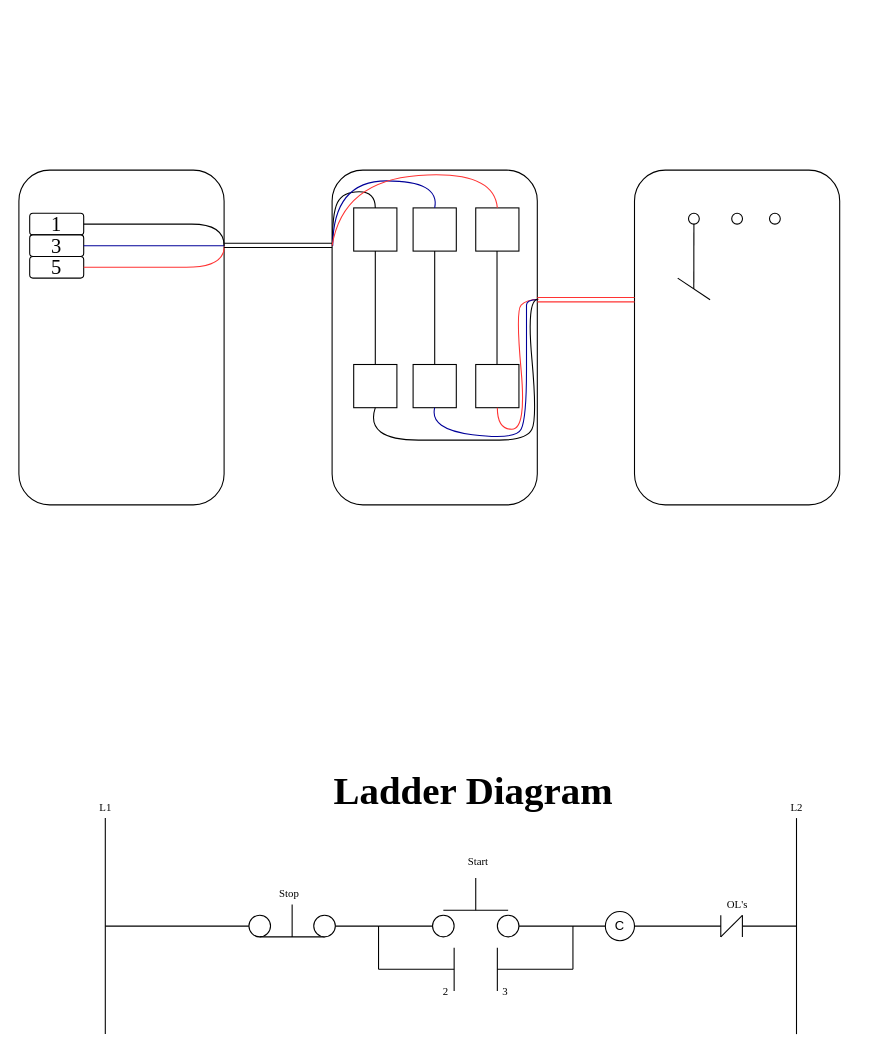
Above: Untitled Diagram.drawio in JakeBenjamin/Jakesrepo (draw.io), before the change. Source tidied: cells renumbered, new cells numbered last; positions are measured from the earlier drawing's top-left corner, leaving out a move shared by most shapes. Both pictures are drawn from the tidied source at 108%, with x=0, y=0 at pixel (18, 170).
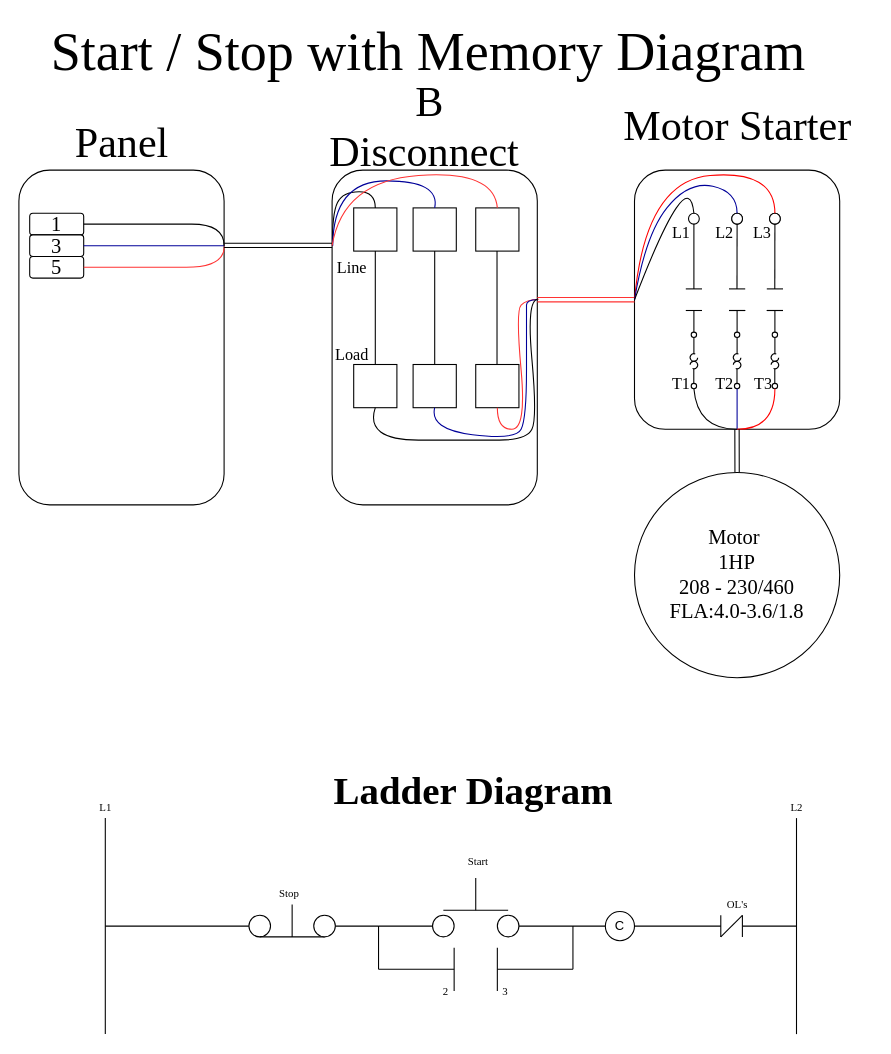
The same page after the edit.

Unchanged cells that the change refers to:
```xml
<mxCell id="63" style="ellipse;whiteSpace=wrap;html=1;labelBackgroundColor=#ffffff;fontFamily=Times New Roman;fontSize=19;fontColor=default;" parent="1" vertex="1">
  <mxGeometry x="620" y="40" width="10" height="10" as="geometry" />
</mxCell>
```

The edit, as a diff of the source:
```diff
@@
+    <mxCell id="40" value="&lt;font style=&quot;font-size: 19px&quot;&gt;1&lt;/font&gt;" style="rounded=1;whiteSpace=wrap;html=1;labelBackgroundColor=none;fontFamily=Times New Roman;fontSize=36;fontColor=default;spacingLeft=0;spacingBottom=10;" parent="1" vertex="1">
+      <mxGeometry x="10" y="40" width="50" height="20" as="geometry" />
+    </mxCell>
+    <mxCell id="68" style="edgeStyle=orthogonalEdgeStyle;curved=1;rounded=0;jettySize=auto;html=1;exitX=1;exitY=0.75;exitDx=0;exitDy=0;fontFamily=Times New Roman;fontSize=19;fontColor=default;strokeColor=#000000;" parent="1" edge="1" source="39">
+      <mxGeometry relative="1" as="geometry">
+        <mxPoint x="617.5" y="240.1" as="targetPoint" />
+      </mxGeometry>
+    </mxCell>
-    <mxCell id="39" style="rounded=1;whiteSpace=wrap;html=1;labelBackgroundColor=none;fontFamily=Times New Roman;fontSize=36;fontColor=default;direction=south;" parent="1" vertex="1">
-      <mxGeometry x="570" width="190" height="310" as="geometry" />
+    <mxCell id="39" style="rounded=1;whiteSpace=wrap;html=1;labelBackgroundColor=none;fontFamily=Times New Roman;fontSize=36;fontColor=default;direction=south;strokeColor=#000000;" parent="1" vertex="1">
+      <mxGeometry x="570" width="190" height="240" as="geometry" />
     </mxCell>
-    <mxCell id="40" value="&lt;font style=&quot;font-size: 19px&quot;&gt;1&lt;/font&gt;" style="rounded=1;whiteSpace=wrap;html=1;labelBackgroundColor=none;fontFamily=Times New Roman;fontSize=36;fontColor=default;spacingLeft=0;spacingBottom=10;" parent="1" vertex="1">
-      <mxGeometry x="10" y="40" width="50" height="20" as="geometry" />
-    </mxCell>
@@
-    <mxCell id="66" style="endArrow=none;html=1;rounded=0;fontFamily=Times New Roman;fontSize=19;fontColor=default;strokeColor=#000000;curved=1;entryX=0.5;entryY=1;entryDx=0;entryDy=0;exitX=0.355;exitY=0.711;exitDx=0;exitDy=0;exitPerimeter=0;" parent="1" edge="1" source="39" target="63">
-      <mxGeometry relative="1" as="geometry" />
+    <mxCell id="66" style="endArrow=none;html=1;rounded=0;fontFamily=Times New Roman;fontSize=19;fontColor=default;strokeColor=#000000;curved=1;entryX=0.5;entryY=1;entryDx=0;entryDy=0;" parent="1" edge="1" target="63">
+      <mxGeometry relative="1" as="geometry">
+        <mxPoint x="625" y="110" as="sourcePoint" />
+      </mxGeometry>
     </mxCell>
     <mxCell id="67" style="endArrow=none;html=1;rounded=0;fontFamily=Times New Roman;fontSize=19;fontColor=default;strokeColor=#000000;curved=1;" parent="1" edge="1">
       <mxGeometry relative="1" as="geometry">
-        <mxPoint x="610" y="100" as="sourcePoint" />
-        <mxPoint x="640" y="120" as="targetPoint" />
+        <mxPoint x="617.5" y="110" as="sourcePoint" />
+        <mxPoint x="632.5" y="110" as="targetPoint" />
       </mxGeometry>
     </mxCell>
+    <mxCell id="69" style="ellipse;whiteSpace=wrap;html=1;labelBackgroundColor=#ffffff;fontFamily=Times New Roman;fontSize=19;fontColor=default;" parent="1" vertex="1">
+      <mxGeometry x="660" y="40" width="10" height="10" as="geometry" />
+    </mxCell>
+    <mxCell id="70" style="endArrow=none;html=1;rounded=0;fontFamily=Times New Roman;fontSize=19;fontColor=default;strokeColor=#000000;curved=1;entryX=0.5;entryY=1;entryDx=0;entryDy=0;exitX=0.355;exitY=0.711;exitDx=0;exitDy=0;exitPerimeter=0;" parent="1" edge="1" target="69">
+      <mxGeometry relative="1" as="geometry">
+        <mxPoint x="664.9" y="110.1" as="sourcePoint" />
+        <Array as="points">
+          <mxPoint x="665" y="70" />
+        </Array>
+      </mxGeometry>
+    </mxCell>
+    <mxCell id="71" style="endArrow=none;html=1;rounded=0;fontFamily=Times New Roman;fontSize=19;fontColor=default;strokeColor=#000000;curved=1;" parent="1" edge="1">
+      <mxGeometry relative="1" as="geometry">
+        <mxPoint x="657.5" y="110" as="sourcePoint" />
+        <mxPoint x="672.5" y="110" as="targetPoint" />
+      </mxGeometry>
+    </mxCell>
+    <mxCell id="72" style="ellipse;whiteSpace=wrap;html=1;labelBackgroundColor=#ffffff;fontFamily=Times New Roman;fontSize=19;fontColor=default;" parent="1" vertex="1">
+      <mxGeometry x="695" y="40" width="10" height="10" as="geometry" />
+    </mxCell>
+    <mxCell id="73" style="endArrow=none;html=1;rounded=0;fontFamily=Times New Roman;fontSize=19;fontColor=default;strokeColor=#000000;curved=1;entryX=0.5;entryY=1;entryDx=0;entryDy=0;exitX=0.355;exitY=0.711;exitDx=0;exitDy=0;exitPerimeter=0;" parent="1" edge="1" target="72">
+      <mxGeometry relative="1" as="geometry">
+        <mxPoint x="699.9" y="110.1" as="sourcePoint" />
+      </mxGeometry>
+    </mxCell>
+    <mxCell id="74" style="endArrow=none;html=1;rounded=0;fontFamily=Times New Roman;fontSize=19;fontColor=default;strokeColor=#000000;curved=1;" parent="1" edge="1">
+      <mxGeometry relative="1" as="geometry">
+        <mxPoint x="692.5" y="110" as="sourcePoint" />
+        <mxPoint x="707.5" y="110" as="targetPoint" />
+      </mxGeometry>
+    </mxCell>
+    <mxCell id="75" style="endArrow=none;html=1;rounded=0;fontFamily=Times New Roman;fontSize=19;fontColor=default;strokeColor=#000000;curved=1;" parent="1" edge="1">
+      <mxGeometry relative="1" as="geometry">
+        <mxPoint x="617.5" y="130" as="sourcePoint" />
+        <mxPoint x="632.5" y="130" as="targetPoint" />
+      </mxGeometry>
+    </mxCell>
+    <mxCell id="76" style="endArrow=none;html=1;rounded=0;fontFamily=Times New Roman;fontSize=19;fontColor=default;strokeColor=#000000;curved=1;" parent="1" edge="1">
+      <mxGeometry relative="1" as="geometry">
+        <mxPoint x="657.5" y="130" as="sourcePoint" />
+        <mxPoint x="672.5" y="130" as="targetPoint" />
+      </mxGeometry>
+    </mxCell>
+    <mxCell id="77" style="endArrow=none;html=1;rounded=0;fontFamily=Times New Roman;fontSize=19;fontColor=default;strokeColor=#000000;curved=1;" parent="1" edge="1">
+      <mxGeometry relative="1" as="geometry">
+        <mxPoint x="692.5" y="130" as="sourcePoint" />
+        <mxPoint x="707.5" y="130" as="targetPoint" />
+      </mxGeometry>
+    </mxCell>
+    <mxCell id="78" style="endArrow=none;html=1;rounded=0;fontFamily=Times New Roman;fontSize=19;fontColor=default;strokeColor=#000000;curved=1;entryX=0.5;entryY=1;entryDx=0;entryDy=0;" parent="1" edge="1" target="79">
+      <mxGeometry relative="1" as="geometry">
+        <mxPoint x="625" y="130" as="sourcePoint" />
+      </mxGeometry>
+    </mxCell>
+    <mxCell id="79" style="ellipse;whiteSpace=wrap;html=1;labelBackgroundColor=#ffffff;fontFamily=Times New Roman;fontSize=19;fontColor=default;direction=west;spacingRight=13;" parent="1" vertex="1">
+      <mxGeometry x="622.5" y="150" width="5" height="5" as="geometry" />
+    </mxCell>
+    <mxCell id="80" style="endArrow=none;html=1;rounded=0;fontFamily=Times New Roman;fontSize=19;fontColor=default;strokeColor=#000000;curved=1;" parent="1" edge="1">
+      <mxGeometry relative="1" as="geometry">
+        <mxPoint x="657.5" y="130" as="sourcePoint" />
+        <mxPoint x="672.5" y="130" as="targetPoint" />
+      </mxGeometry>
+    </mxCell>
+    <mxCell id="81" style="endArrow=none;html=1;rounded=0;fontFamily=Times New Roman;fontSize=19;fontColor=default;strokeColor=#000000;curved=1;entryX=0.5;entryY=1;entryDx=0;entryDy=0;" parent="1" edge="1">
+      <mxGeometry relative="1" as="geometry">
+        <mxPoint x="665" y="130" as="sourcePoint" />
+        <mxPoint x="665" y="150" as="targetPoint" />
+        <Array as="points">
+          <mxPoint x="665" y="140" />
+        </Array>
+      </mxGeometry>
+    </mxCell>
+    <mxCell id="82" style="endArrow=none;html=1;rounded=0;fontFamily=Times New Roman;fontSize=19;fontColor=default;strokeColor=#000000;curved=1;" parent="1" edge="1">
+      <mxGeometry relative="1" as="geometry">
+        <mxPoint x="692.5" y="130" as="sourcePoint" />
+        <mxPoint x="707.5" y="130" as="targetPoint" />
+      </mxGeometry>
+    </mxCell>
+    <mxCell id="83" style="endArrow=none;html=1;rounded=0;fontFamily=Times New Roman;fontSize=19;fontColor=default;strokeColor=#000000;curved=1;entryX=0.5;entryY=1;entryDx=0;entryDy=0;" parent="1" edge="1">
+      <mxGeometry relative="1" as="geometry">
+        <mxPoint x="700" y="130" as="sourcePoint" />
+        <mxPoint x="700" y="150" as="targetPoint" />
+      </mxGeometry>
+    </mxCell>
+    <mxCell id="84" style="endArrow=none;html=1;rounded=0;fontFamily=Times New Roman;fontSize=19;fontColor=default;strokeColor=#000000;curved=1;entryX=0.5;entryY=0;entryDx=0;entryDy=0;" parent="1" edge="1" target="79">
+      <mxGeometry relative="1" as="geometry">
+        <mxPoint x="625" y="170" as="sourcePoint" />
+        <Array as="points">
+          <mxPoint x="625" y="170" />
+        </Array>
+      </mxGeometry>
+    </mxCell>
+    <mxCell id="85" style="verticalLabelPosition=bottom;verticalAlign=top;html=1;shape=mxgraph.basic.arc;startAngle=0.3;endAngle=0.1;labelBackgroundColor=#ffffff;fontFamily=Times New Roman;fontSize=19;fontColor=default;rotation=-15;" parent="1" vertex="1">
+      <mxGeometry x="621.5" y="170" width="7" height="7" as="geometry" />
+    </mxCell>
+    <mxCell id="86" style="verticalLabelPosition=bottom;verticalAlign=top;html=1;shape=mxgraph.basic.arc;startAngle=0.3;endAngle=0.1;labelBackgroundColor=#ffffff;fontFamily=Times New Roman;fontSize=19;fontColor=default;rotation=-195;" parent="1" vertex="1">
+      <mxGeometry x="621.5" y="177" width="7" height="7" as="geometry" />
+    </mxCell>
+    <mxCell id="87" style="endArrow=none;html=1;rounded=0;fontFamily=Times New Roman;fontSize=19;fontColor=default;strokeColor=#000000;curved=1;entryX=0.5;entryY=0;entryDx=0;entryDy=0;" parent="1" edge="1">
+      <mxGeometry relative="1" as="geometry">
+        <mxPoint x="624.9" y="199" as="sourcePoint" />
+        <mxPoint x="624.9" y="184" as="targetPoint" />
+        <Array as="points">
+          <mxPoint x="624.9" y="199" />
+        </Array>
+      </mxGeometry>
+    </mxCell>
+    <mxCell id="88" style="ellipse;whiteSpace=wrap;html=1;labelBackgroundColor=#ffffff;fontFamily=Times New Roman;fontSize=19;fontColor=default;direction=west;spacingRight=13;" parent="1" vertex="1">
+      <mxGeometry x="622.5" y="197.5" width="5" height="5" as="geometry" />
+    </mxCell>
+    <mxCell id="89" style="ellipse;whiteSpace=wrap;html=1;labelBackgroundColor=#ffffff;fontFamily=Times New Roman;fontSize=19;fontColor=default;direction=west;spacingRight=13;" parent="1" vertex="1">
+      <mxGeometry x="662.5" y="150" width="5" height="5" as="geometry" />
+    </mxCell>
+    <mxCell id="90" style="endArrow=none;html=1;rounded=0;fontFamily=Times New Roman;fontSize=19;fontColor=default;strokeColor=#000000;curved=1;entryX=0.5;entryY=0;entryDx=0;entryDy=0;" parent="1" edge="1" target="89">
+      <mxGeometry relative="1" as="geometry">
+        <mxPoint x="665" y="170" as="sourcePoint" />
+        <Array as="points">
+          <mxPoint x="665" y="170" />
+        </Array>
+      </mxGeometry>
+    </mxCell>
+    <mxCell id="91" style="verticalLabelPosition=bottom;verticalAlign=top;html=1;shape=mxgraph.basic.arc;startAngle=0.3;endAngle=0.1;labelBackgroundColor=#ffffff;fontFamily=Times New Roman;fontSize=19;fontColor=default;rotation=-15;" parent="1" vertex="1">
+      <mxGeometry x="661.5" y="170" width="7" height="7" as="geometry" />
+    </mxCell>
+    <mxCell id="92" style="verticalLabelPosition=bottom;verticalAlign=top;html=1;shape=mxgraph.basic.arc;startAngle=0.3;endAngle=0.1;labelBackgroundColor=#ffffff;fontFamily=Times New Roman;fontSize=19;fontColor=default;rotation=-195;" parent="1" vertex="1">
+      <mxGeometry x="661.5" y="177" width="7" height="7" as="geometry" />
+    </mxCell>
+    <mxCell id="93" style="endArrow=none;html=1;rounded=0;fontFamily=Times New Roman;fontSize=19;fontColor=default;strokeColor=#000000;curved=1;entryX=0.5;entryY=0;entryDx=0;entryDy=0;" parent="1" edge="1">
+      <mxGeometry relative="1" as="geometry">
+        <mxPoint x="664.9" y="199" as="sourcePoint" />
+        <mxPoint x="664.9" y="184" as="targetPoint" />
+        <Array as="points">
+          <mxPoint x="664.9" y="199" />
+        </Array>
+      </mxGeometry>
+    </mxCell>
+    <mxCell id="94" style="ellipse;whiteSpace=wrap;html=1;labelBackgroundColor=#ffffff;fontFamily=Times New Roman;fontSize=19;fontColor=default;direction=west;spacingRight=13;" parent="1" vertex="1">
+      <mxGeometry x="662.5" y="197.5" width="5" height="5" as="geometry" />
+    </mxCell>
+    <mxCell id="95" style="ellipse;whiteSpace=wrap;html=1;labelBackgroundColor=#ffffff;fontFamily=Times New Roman;fontSize=19;fontColor=default;direction=west;spacingRight=13;" parent="1" vertex="1">
+      <mxGeometry x="697.5" y="150" width="5" height="5" as="geometry" />
+    </mxCell>
+    <mxCell id="96" style="endArrow=none;html=1;rounded=0;fontFamily=Times New Roman;fontSize=19;fontColor=default;strokeColor=#000000;curved=1;entryX=0.5;entryY=0;entryDx=0;entryDy=0;" parent="1" edge="1" target="95">
+      <mxGeometry relative="1" as="geometry">
+        <mxPoint x="700" y="170" as="sourcePoint" />
+        <Array as="points">
+          <mxPoint x="700" y="170" />
+        </Array>
+      </mxGeometry>
+    </mxCell>
+    <mxCell id="97" style="verticalLabelPosition=bottom;verticalAlign=top;html=1;shape=mxgraph.basic.arc;startAngle=0.3;endAngle=0.1;labelBackgroundColor=#ffffff;fontFamily=Times New Roman;fontSize=19;fontColor=default;rotation=-15;" parent="1" vertex="1">
+      <mxGeometry x="696.5" y="170" width="7" height="7" as="geometry" />
+    </mxCell>
+    <mxCell id="98" style="verticalLabelPosition=bottom;verticalAlign=top;html=1;shape=mxgraph.basic.arc;startAngle=0.3;endAngle=0.1;labelBackgroundColor=#ffffff;fontFamily=Times New Roman;fontSize=19;fontColor=default;rotation=-195;" parent="1" vertex="1">
+      <mxGeometry x="696.5" y="177" width="7" height="7" as="geometry" />
+    </mxCell>
+    <mxCell id="99" style="endArrow=none;html=1;rounded=0;fontFamily=Times New Roman;fontSize=19;fontColor=default;strokeColor=#000000;curved=1;entryX=0.5;entryY=0;entryDx=0;entryDy=0;" parent="1" edge="1">
+      <mxGeometry relative="1" as="geometry">
+        <mxPoint x="699.9" y="199" as="sourcePoint" />
+        <mxPoint x="699.9" y="184" as="targetPoint" />
+        <Array as="points">
+          <mxPoint x="699.9" y="199" />
+        </Array>
+      </mxGeometry>
+    </mxCell>
+    <mxCell id="100" style="ellipse;whiteSpace=wrap;html=1;labelBackgroundColor=#ffffff;fontFamily=Times New Roman;fontSize=19;fontColor=default;direction=west;spacingRight=13;" parent="1" vertex="1">
+      <mxGeometry x="697.5" y="197.5" width="5" height="5" as="geometry" />
+    </mxCell>
+    <mxCell id="101" style="endArrow=none;html=1;rounded=0;fontFamily=Times New Roman;fontSize=19;fontColor=default;strokeColor=#000099;curved=1;entryX=0.5;entryY=0;entryDx=0;entryDy=0;exitX=1;exitY=0.5;exitDx=0;exitDy=0;" parent="1" edge="1" source="39" target="94">
+      <mxGeometry relative="1" as="geometry" />
+    </mxCell>
+    <mxCell id="102" style="endArrow=none;html=1;rounded=0;fontFamily=Times New Roman;fontSize=19;fontColor=default;strokeColor=#ff0000;curved=1;entryX=0.5;entryY=0;entryDx=0;entryDy=0;exitX=1;exitY=0.5;exitDx=0;exitDy=0;" parent="1" edge="1" source="39" target="100">
+      <mxGeometry relative="1" as="geometry">
+        <Array as="points">
+          <mxPoint x="700" y="240" />
+        </Array>
+      </mxGeometry>
+    </mxCell>
+    <mxCell id="103" style="endArrow=none;html=1;rounded=0;fontFamily=Times New Roman;fontSize=19;fontColor=default;strokeColor=#ff0000;curved=1;exitX=0.5;exitY=1;exitDx=0;exitDy=0;entryX=0.5;entryY=0;entryDx=0;entryDy=0;" parent="1" edge="1" source="39" target="72">
+      <mxGeometry relative="1" as="geometry">
+        <Array as="points">
+          <mxPoint x="580" y="10" />
+          <mxPoint x="700" />
+        </Array>
+      </mxGeometry>
+    </mxCell>
+    <mxCell id="104" style="endArrow=none;html=1;rounded=0;fontFamily=Times New Roman;fontSize=19;fontColor=default;strokeColor=#000099;curved=1;exitX=0.226;exitY=0.997;exitDx=0;exitDy=0;exitPerimeter=0;entryX=0.5;entryY=0;entryDx=0;entryDy=0;" parent="1" edge="1" target="69">
+      <mxGeometry relative="1" as="geometry">
+        <mxPoint x="570" y="120.1" as="sourcePoint" />
+        <Array as="points">
+          <mxPoint x="580" y="60" />
+          <mxPoint x="620" y="10" />
+          <mxPoint x="665" y="20" />
+        </Array>
+      </mxGeometry>
+    </mxCell>
+    <mxCell id="105" style="endArrow=none;html=1;rounded=0;fontFamily=Times New Roman;fontSize=19;fontColor=default;strokeColor=#000000;curved=1;exitX=0.5;exitY=1;exitDx=0;exitDy=0;entryX=0.5;entryY=0;entryDx=0;entryDy=0;" parent="1" edge="1" source="39" target="63">
+      <mxGeometry relative="1" as="geometry">
+        <Array as="points">
+          <mxPoint x="620" y="-10" />
+        </Array>
+      </mxGeometry>
+    </mxCell>
+    <mxCell id="106" style="endArrow=none;html=1;rounded=0;fontFamily=Times New Roman;fontSize=19;fontColor=default;strokeColor=#000000;curved=1;entryX=0.5;entryY=0;entryDx=0;entryDy=0;exitX=1;exitY=0.5;exitDx=0;exitDy=0;" parent="1" edge="1" source="39" target="88">
+      <mxGeometry relative="1" as="geometry">
+        <Array as="points">
+          <mxPoint x="628" y="240" />
+        </Array>
+      </mxGeometry>
+    </mxCell>
+    <mxCell id="107" style="shape=link;html=1;rounded=0;fontFamily=Times New Roman;fontSize=19;fontColor=default;strokeColor=#000000;curved=1;" parent="1" edge="1" target="108">
+      <mxGeometry relative="1" as="geometry">
+        <mxPoint x="664.9" y="240" as="sourcePoint" />
+      </mxGeometry>
+    </mxCell>
+    <mxCell id="108" value="Motor&amp;nbsp;&lt;br&gt;1HP&lt;br&gt;208 - 230/460&lt;br&gt;FLA:4.0-3.6/1.8" style="ellipse;whiteSpace=wrap;html=1;labelBackgroundColor=#ffffff;fontFamily=Times New Roman;fontSize=19;fontColor=default;strokeColor=#000000;" parent="1" vertex="1">
+      <mxGeometry x="570" y="280" width="190" height="190" as="geometry" />
+    </mxCell>
+    <mxCell id="109" value="Panel" style="text;html=1;align=center;verticalAlign=middle;strokeColor=none;fillColor=none;fontSize=39;fontFamily=Times New Roman;fontColor=default;" parent="1" vertex="1">
+      <mxGeometry x="45" y="-50" width="100" height="50" as="geometry" />
+    </mxCell>
+    <mxCell id="110" value="B&lt;br&gt;Disconnect&amp;nbsp;" style="text;html=1;align=center;verticalAlign=middle;strokeColor=none;fillColor=none;fontSize=39;fontFamily=Times New Roman;fontColor=default;" parent="1" vertex="1">
+      <mxGeometry x="280" y="-90" width="200" height="100" as="geometry" />
+    </mxCell>
+    <mxCell id="111" value="Motor Starter&amp;nbsp;" style="text;html=1;align=center;verticalAlign=middle;strokeColor=none;fillColor=none;fontSize=39;fontFamily=Times New Roman;fontColor=default;" parent="1" vertex="1">
+      <mxGeometry x="550" y="-65" width="240" height="50" as="geometry" />
+    </mxCell>
+    <mxCell id="112" value="&lt;font style=&quot;font-size: 15px&quot;&gt;T1&lt;/font&gt;" style="text;html=1;align=center;verticalAlign=middle;strokeColor=none;fillColor=none;fontSize=39;fontFamily=Times New Roman;fontColor=default;" parent="1" vertex="1">
+      <mxGeometry x="597.5" y="160" width="30" height="60" as="geometry" />
+    </mxCell>
+    <mxCell id="113" value="&lt;font style=&quot;font-size: 15px&quot;&gt;T2&lt;/font&gt;" style="text;html=1;align=center;verticalAlign=middle;strokeColor=none;fillColor=none;fontSize=39;fontFamily=Times New Roman;fontColor=default;" parent="1" vertex="1">
+      <mxGeometry x="637.5" y="160" width="30" height="60" as="geometry" />
+    </mxCell>
+    <mxCell id="114" value="&lt;font style=&quot;font-size: 15px&quot;&gt;T3&lt;/font&gt;" style="text;html=1;align=center;verticalAlign=middle;strokeColor=none;fillColor=none;fontSize=39;fontFamily=Times New Roman;fontColor=default;" parent="1" vertex="1">
+      <mxGeometry x="673.5" y="160" width="30" height="60" as="geometry" />
+    </mxCell>
+    <mxCell id="115" value="&lt;font style=&quot;font-size: 15px&quot;&gt;L1&lt;br&gt;&lt;/font&gt;" style="text;html=1;align=center;verticalAlign=middle;strokeColor=none;fillColor=none;fontSize=39;fontFamily=Times New Roman;fontColor=default;" parent="1" vertex="1">
+      <mxGeometry x="597.5" y="20" width="30" height="60" as="geometry" />
+    </mxCell>
+    <mxCell id="116" value="&lt;font style=&quot;font-size: 15px&quot;&gt;L2&lt;br&gt;&lt;/font&gt;" style="text;html=1;align=center;verticalAlign=middle;strokeColor=none;fillColor=none;fontSize=39;fontFamily=Times New Roman;fontColor=default;" parent="1" vertex="1">
+      <mxGeometry x="637.5" y="20" width="30" height="60" as="geometry" />
+    </mxCell>
+    <mxCell id="117" value="&lt;font style=&quot;font-size: 15px&quot;&gt;L3&lt;br&gt;&lt;/font&gt;" style="text;html=1;align=center;verticalAlign=middle;strokeColor=none;fillColor=none;fontSize=39;fontFamily=Times New Roman;fontColor=default;" parent="1" vertex="1">
+      <mxGeometry x="672.5" y="20" width="30" height="60" as="geometry" />
+    </mxCell>
+    <mxCell id="118" value="Line&amp;nbsp;" style="text;html=1;align=center;verticalAlign=middle;strokeColor=none;fillColor=none;fontSize=15;fontFamily=Times New Roman;fontColor=default;" parent="1" vertex="1">
+      <mxGeometry x="285" y="80" width="50" height="20" as="geometry" />
+    </mxCell>
+    <mxCell id="119" value="Load&amp;nbsp;" style="text;html=1;align=center;verticalAlign=middle;strokeColor=none;fillColor=none;fontSize=15;fontFamily=Times New Roman;fontColor=default;" parent="1" vertex="1">
+      <mxGeometry x="285" y="160" width="50" height="20" as="geometry" />
+    </mxCell>
+    <mxCell id="120" value="&lt;font style=&quot;font-size: 50px&quot;&gt;Start / Stop with Memory Diagram&amp;nbsp;&lt;/font&gt;" style="text;html=1;align=center;verticalAlign=middle;strokeColor=none;fillColor=none;fontSize=15;fontFamily=Times New Roman;fontColor=default;" parent="1" vertex="1">
+      <mxGeometry x="20" y="-130" width="730" height="40" as="geometry" />
+    </mxCell>
```
